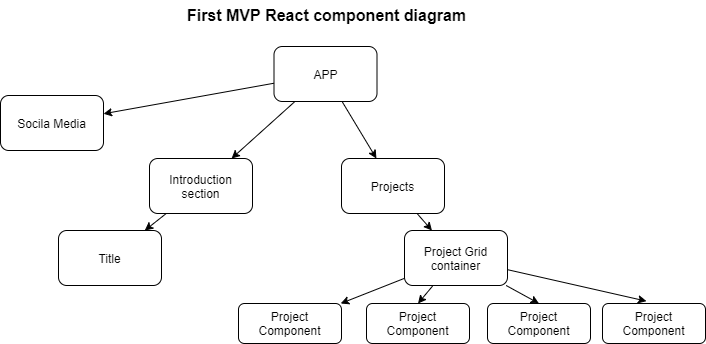
The draw.io diagram component-diagram.drawio.png in Rubengon84/portfolio2.0, before a commit. Source tidied: cells renumbered, new cells last; positions are measured from the earlier drawing's top-left corner, leaving out a move shared by most shapes. Source of this version:
```xml
<mxGraphModel background="#ffffff">
  <root>
    <mxCell id="0" />
    <mxCell id="1" parent="0" />
    <mxCell id="2" style="edgeStyle=none;html=1;fontColor=#000000;strokeColor=#000000;" parent="1" edge="1" source="5" target="7">
      <mxGeometry relative="1" as="geometry" />
    </mxCell>
    <mxCell id="3" style="edgeStyle=none;html=1;fontColor=#000000;strokeColor=#000000;" parent="1" edge="1" source="5" target="9">
      <mxGeometry relative="1" as="geometry" />
    </mxCell>
    <mxCell id="4" style="edgeStyle=none;html=1;fontColor=#000000;strokeColor=#000000;" parent="1" edge="1" source="5" target="10">
      <mxGeometry relative="1" as="geometry" />
    </mxCell>
    <mxCell id="5" value="&lt;font color=&quot;#000000&quot;&gt;APP&lt;/font&gt;" style="rounded=1;whiteSpace=wrap;html=1;fillColor=none;strokeColor=#000000;" parent="1" vertex="1">
      <mxGeometry x="273.5" y="46" width="103" height="55" as="geometry" />
    </mxCell>
    <mxCell id="6" style="edgeStyle=none;html=1;fontColor=#000000;strokeColor=#000000;" parent="1" edge="1" source="7" target="11">
      <mxGeometry relative="1" as="geometry" />
    </mxCell>
    <mxCell id="7" value="&lt;font color=&quot;#000000&quot;&gt;Introduction section&lt;/font&gt;" style="rounded=1;whiteSpace=wrap;html=1;fillColor=none;strokeColor=#000000;" parent="1" vertex="1">
      <mxGeometry x="149" y="158" width="103" height="55" as="geometry" />
    </mxCell>
    <mxCell id="8" style="edgeStyle=none;html=1;fontColor=#000000;strokeColor=#000000;" parent="1" edge="1" source="9" target="16">
      <mxGeometry relative="1" as="geometry" />
    </mxCell>
    <mxCell id="9" value="&lt;font color=&quot;#000000&quot;&gt;Projects&lt;/font&gt;" style="rounded=1;whiteSpace=wrap;html=1;fillColor=none;strokeColor=#000000;" parent="1" vertex="1">
      <mxGeometry x="341" y="158" width="103" height="55" as="geometry" />
    </mxCell>
    <mxCell id="10" value="&lt;font color=&quot;#000000&quot;&gt;Socila Media&lt;/font&gt;" style="rounded=1;whiteSpace=wrap;html=1;fillColor=none;strokeColor=#000000;" parent="1" vertex="1">
      <mxGeometry y="95" width="103" height="55" as="geometry" />
    </mxCell>
    <mxCell id="11" value="&lt;font color=&quot;#000000&quot;&gt;Title&lt;/font&gt;" style="rounded=1;whiteSpace=wrap;html=1;fillColor=none;strokeColor=#000000;" parent="1" vertex="1">
      <mxGeometry x="58" y="230" width="103" height="55" as="geometry" />
    </mxCell>
    <mxCell id="12" style="edgeStyle=none;html=1;fontColor=#000000;strokeColor=#000000;" parent="1" edge="1" source="16" target="17">
      <mxGeometry relative="1" as="geometry" />
    </mxCell>
    <mxCell id="13" style="edgeStyle=none;html=1;entryX=0.5;entryY=0;entryDx=0;entryDy=0;fontColor=#000000;strokeColor=#000000;" parent="1" edge="1" source="16" target="18">
      <mxGeometry relative="1" as="geometry" />
    </mxCell>
    <mxCell id="14" style="edgeStyle=none;html=1;entryX=0.5;entryY=0;entryDx=0;entryDy=0;fontColor=#000000;strokeColor=#000000;" parent="1" edge="1" source="16" target="19">
      <mxGeometry relative="1" as="geometry" />
    </mxCell>
    <mxCell id="15" style="edgeStyle=none;html=1;entryX=0.427;entryY=-0.058;entryDx=0;entryDy=0;entryPerimeter=0;fontColor=#000000;strokeColor=#000000;" parent="1" edge="1" source="16" target="20">
      <mxGeometry relative="1" as="geometry" />
    </mxCell>
    <mxCell id="16" value="&lt;font color=&quot;#000000&quot;&gt;Project Grid container&lt;/font&gt;" style="rounded=1;whiteSpace=wrap;html=1;fillColor=none;strokeColor=#000000;" parent="1" vertex="1">
      <mxGeometry x="404" y="230" width="103" height="55" as="geometry" />
    </mxCell>
    <mxCell id="17" value="&lt;font color=&quot;#000000&quot;&gt;Project Component&lt;/font&gt;" style="rounded=1;whiteSpace=wrap;html=1;fillColor=none;strokeColor=#000000;" parent="1" vertex="1">
      <mxGeometry x="238" y="303" width="103" height="40" as="geometry" />
    </mxCell>
    <mxCell id="18" value="&lt;font color=&quot;#000000&quot;&gt;Project Component&lt;/font&gt;" style="rounded=1;whiteSpace=wrap;html=1;fillColor=none;strokeColor=#000000;" parent="1" vertex="1">
      <mxGeometry x="366" y="303" width="103" height="40" as="geometry" />
    </mxCell>
    <mxCell id="19" value="&lt;font color=&quot;#000000&quot;&gt;Project Component&lt;/font&gt;" style="rounded=1;whiteSpace=wrap;html=1;fillColor=none;strokeColor=#000000;" parent="1" vertex="1">
      <mxGeometry x="487" y="303" width="103" height="40" as="geometry" />
    </mxCell>
    <mxCell id="20" value="&lt;font color=&quot;#000000&quot;&gt;Project Component&lt;/font&gt;" style="rounded=1;whiteSpace=wrap;html=1;fillColor=none;strokeColor=#000000;" parent="1" vertex="1">
      <mxGeometry x="602" y="303" width="103" height="40" as="geometry" />
    </mxCell>
    <mxCell id="21" value="&lt;font style=&quot;font-size: 16px&quot;&gt;&lt;b&gt;First MVP React component diagram&lt;/b&gt;&lt;/font&gt;" style="text;html=1;strokeColor=none;fillColor=none;align=center;verticalAlign=middle;whiteSpace=wrap;rounded=0;fontColor=#000000;" parent="1" vertex="1">
      <mxGeometry x="176" width="301" height="30" as="geometry" />
    </mxCell>
  </root>
</mxGraphModel>
```
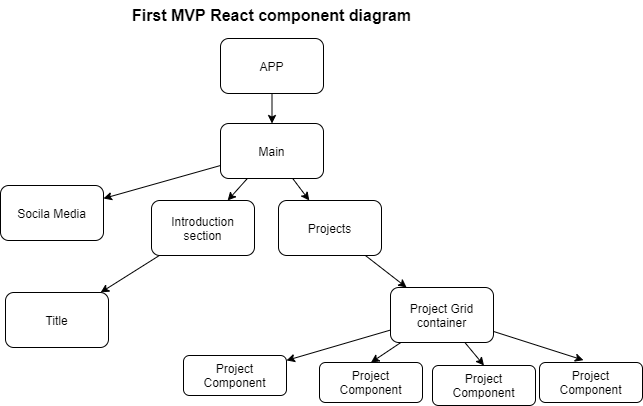
Later version of the same file.

Change to the diagram source:
```diff
@@ -2,35 +2,32 @@
   <root>
     <mxCell id="0" />
     <mxCell id="1" parent="0" />
-    <mxCell id="2" style="edgeStyle=none;html=1;fontColor=#000000;strokeColor=#000000;" parent="1" edge="1" source="5" target="7">
-      <mxGeometry relative="1" as="geometry" />
-    </mxCell>
-    <mxCell id="3" style="edgeStyle=none;html=1;fontColor=#000000;strokeColor=#000000;" parent="1" edge="1" source="5" target="9">
-      <mxGeometry relative="1" as="geometry" />
-    </mxCell>
-    <mxCell id="4" style="edgeStyle=none;html=1;fontColor=#000000;strokeColor=#000000;" parent="1" edge="1" source="5" target="10">
-      <mxGeometry relative="1" as="geometry" />
-    </mxCell>
+    <mxCell id="22" style="edgeStyle=none;html=1;startArrow=none;strokeColor=#000000;" parent="1" edge="1" source="26" target="9">
+      <mxGeometry relative="1" as="geometry" />
+    </mxCell>
+    <mxCell id="23" style="edgeStyle=none;html=1;strokeColor=#000000;" parent="1" edge="1" source="5" target="26">
+      <mxGeometry relative="1" as="geometry" />
+    </mxCell>
     <mxCell id="5" value="&lt;font color=&quot;#000000&quot;&gt;APP&lt;/font&gt;" style="rounded=1;whiteSpace=wrap;html=1;fillColor=none;strokeColor=#000000;" parent="1" vertex="1">
-      <mxGeometry x="273.5" y="46" width="103" height="55" as="geometry" />
+      <mxGeometry x="275" y="38" width="103" height="55" as="geometry" />
     </mxCell>
     <mxCell id="6" style="edgeStyle=none;html=1;fontColor=#000000;strokeColor=#000000;" parent="1" edge="1" source="7" target="11">
       <mxGeometry relative="1" as="geometry" />
     </mxCell>
     <mxCell id="7" value="&lt;font color=&quot;#000000&quot;&gt;Introduction section&lt;/font&gt;" style="rounded=1;whiteSpace=wrap;html=1;fillColor=none;strokeColor=#000000;" parent="1" vertex="1">
-      <mxGeometry x="149" y="158" width="103" height="55" as="geometry" />
+      <mxGeometry x="206" y="200" width="103" height="55" as="geometry" />
     </mxCell>
     <mxCell id="8" style="edgeStyle=none;html=1;fontColor=#000000;strokeColor=#000000;" parent="1" edge="1" source="9" target="16">
       <mxGeometry relative="1" as="geometry" />
     </mxCell>
     <mxCell id="9" value="&lt;font color=&quot;#000000&quot;&gt;Projects&lt;/font&gt;" style="rounded=1;whiteSpace=wrap;html=1;fillColor=none;strokeColor=#000000;" parent="1" vertex="1">
-      <mxGeometry x="341" y="158" width="103" height="55" as="geometry" />
+      <mxGeometry x="333" y="200" width="103" height="55" as="geometry" />
     </mxCell>
     <mxCell id="10" value="&lt;font color=&quot;#000000&quot;&gt;Socila Media&lt;/font&gt;" style="rounded=1;whiteSpace=wrap;html=1;fillColor=none;strokeColor=#000000;" parent="1" vertex="1">
-      <mxGeometry y="95" width="103" height="55" as="geometry" />
+      <mxGeometry x="55" y="185" width="103" height="55" as="geometry" />
     </mxCell>
     <mxCell id="11" value="&lt;font color=&quot;#000000&quot;&gt;Title&lt;/font&gt;" style="rounded=1;whiteSpace=wrap;html=1;fillColor=none;strokeColor=#000000;" parent="1" vertex="1">
-      <mxGeometry x="58" y="230" width="103" height="55" as="geometry" />
+      <mxGeometry x="60" y="292" width="103" height="55" as="geometry" />
     </mxCell>
     <mxCell id="12" style="edgeStyle=none;html=1;fontColor=#000000;strokeColor=#000000;" parent="1" edge="1" source="16" target="17">
       <mxGeometry relative="1" as="geometry" />
@@ -45,22 +42,31 @@
       <mxGeometry relative="1" as="geometry" />
     </mxCell>
     <mxCell id="16" value="&lt;font color=&quot;#000000&quot;&gt;Project Grid container&lt;/font&gt;" style="rounded=1;whiteSpace=wrap;html=1;fillColor=none;strokeColor=#000000;" parent="1" vertex="1">
-      <mxGeometry x="404" y="230" width="103" height="55" as="geometry" />
+      <mxGeometry x="445" y="287" width="103" height="55" as="geometry" />
     </mxCell>
     <mxCell id="17" value="&lt;font color=&quot;#000000&quot;&gt;Project Component&lt;/font&gt;" style="rounded=1;whiteSpace=wrap;html=1;fillColor=none;strokeColor=#000000;" parent="1" vertex="1">
-      <mxGeometry x="238" y="303" width="103" height="40" as="geometry" />
+      <mxGeometry x="238" y="355" width="103" height="40" as="geometry" />
     </mxCell>
     <mxCell id="18" value="&lt;font color=&quot;#000000&quot;&gt;Project Component&lt;/font&gt;" style="rounded=1;whiteSpace=wrap;html=1;fillColor=none;strokeColor=#000000;" parent="1" vertex="1">
-      <mxGeometry x="366" y="303" width="103" height="40" as="geometry" />
+      <mxGeometry x="374" y="362" width="103" height="40" as="geometry" />
     </mxCell>
     <mxCell id="19" value="&lt;font color=&quot;#000000&quot;&gt;Project Component&lt;/font&gt;" style="rounded=1;whiteSpace=wrap;html=1;fillColor=none;strokeColor=#000000;" parent="1" vertex="1">
-      <mxGeometry x="487" y="303" width="103" height="40" as="geometry" />
+      <mxGeometry x="487" y="365" width="103" height="40" as="geometry" />
     </mxCell>
     <mxCell id="20" value="&lt;font color=&quot;#000000&quot;&gt;Project Component&lt;/font&gt;" style="rounded=1;whiteSpace=wrap;html=1;fillColor=none;strokeColor=#000000;" parent="1" vertex="1">
-      <mxGeometry x="602" y="303" width="103" height="40" as="geometry" />
+      <mxGeometry x="594" y="362" width="103" height="40" as="geometry" />
     </mxCell>
     <mxCell id="21" value="&lt;font style=&quot;font-size: 16px&quot;&gt;&lt;b&gt;First MVP React component diagram&lt;/b&gt;&lt;/font&gt;" style="text;html=1;strokeColor=none;fillColor=none;align=center;verticalAlign=middle;whiteSpace=wrap;rounded=0;fontColor=#000000;" parent="1" vertex="1">
       <mxGeometry x="176" width="301" height="30" as="geometry" />
     </mxCell>
+    <mxCell id="24" style="edgeStyle=none;html=1;strokeColor=#000000;" parent="1" edge="1" source="26" target="7">
+      <mxGeometry relative="1" as="geometry" />
+    </mxCell>
+    <mxCell id="25" style="edgeStyle=none;html=1;strokeColor=#000000;" parent="1" edge="1" source="26" target="10">
+      <mxGeometry relative="1" as="geometry" />
+    </mxCell>
+    <mxCell id="26" value="&lt;font color=&quot;#000000&quot;&gt;Main&lt;/font&gt;" style="rounded=1;whiteSpace=wrap;html=1;fillColor=none;strokeColor=#000000;" parent="1" vertex="1">
+      <mxGeometry x="275" y="123" width="103" height="55" as="geometry" />
+    </mxCell>
   </root>
 </mxGraphModel>
```
